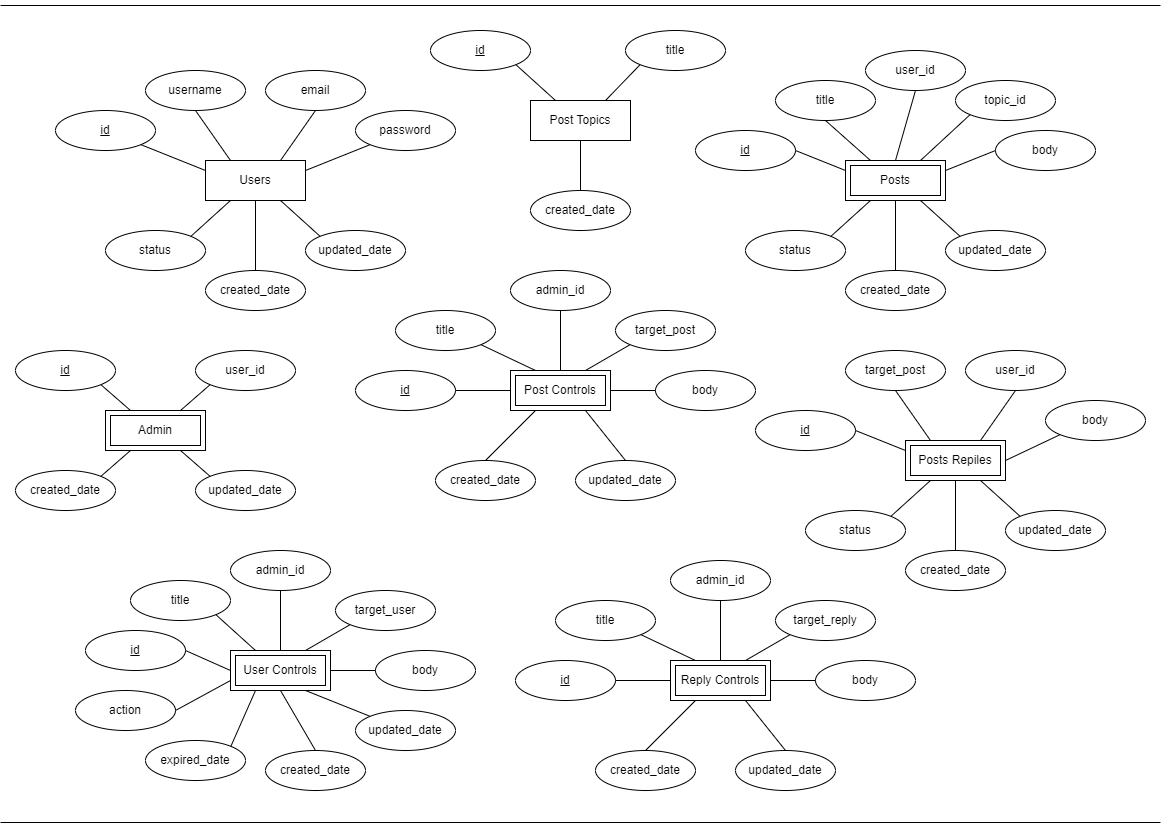
Earlier version of the draw.io export er-model.dio.png (akikungz/database_project). Source tidied: cells renumbered, new cells last; positions are measured from the earlier drawing's top-left corner, leaving out a move shared by most shapes.
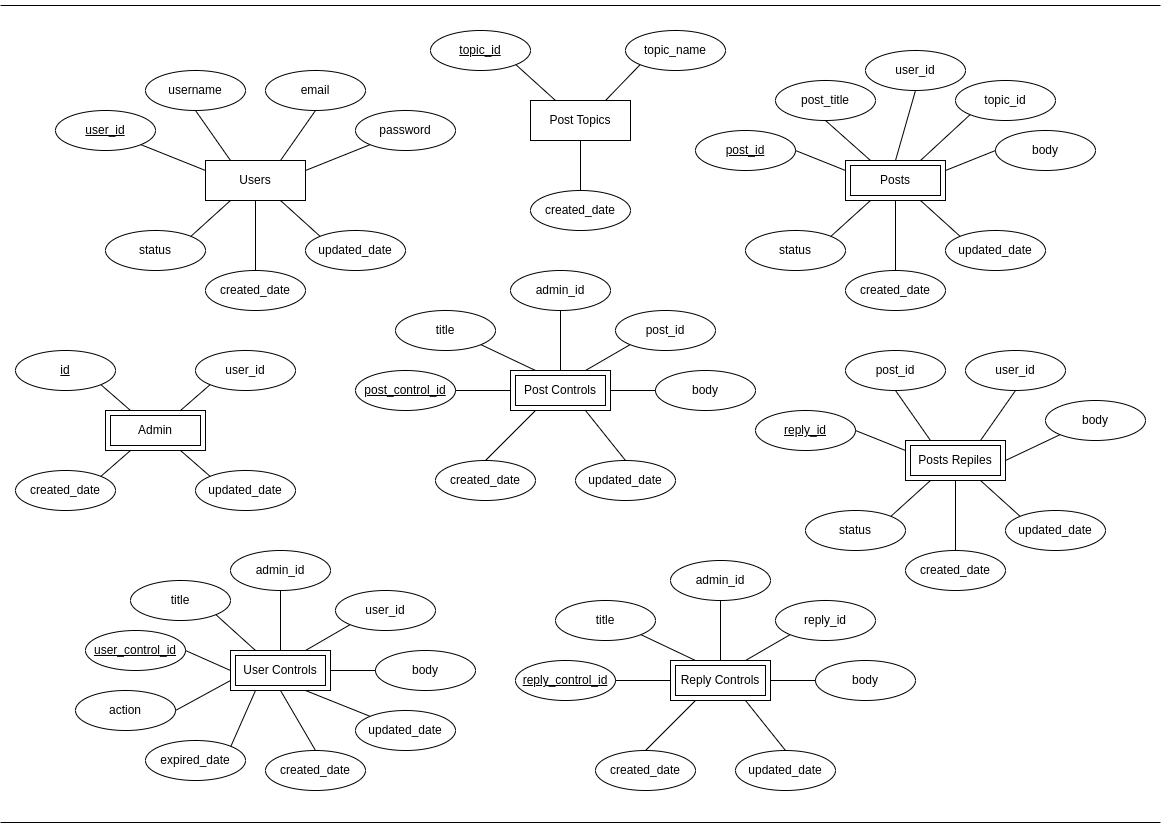
Later version of the same file.

Commit message:
Update ER model diagrams

The edit, as a diff of the source:
```diff
@@ -5,7 +5,7 @@
     <mxCell id="2" value="Users" style="whiteSpace=wrap;html=1;align=center;" parent="1" vertex="1">
       <mxGeometry x="205" y="160" width="100" height="40" as="geometry" />
     </mxCell>
-    <mxCell id="3" value="id" style="ellipse;whiteSpace=wrap;html=1;align=center;fontStyle=4;" parent="1" vertex="1">
+    <mxCell id="3" value="user_id" style="ellipse;whiteSpace=wrap;html=1;align=center;fontStyle=4;" parent="1" vertex="1">
       <mxGeometry x="55" y="110" width="100" height="40" as="geometry" />
     </mxCell>
     <mxCell id="4" value="username" style="ellipse;whiteSpace=wrap;html=1;align=center;" parent="1" vertex="1">
@@ -56,7 +56,7 @@
     <mxCell id="19" value="Posts" style="shape=ext;margin=3;double=1;whiteSpace=wrap;html=1;align=center;" parent="1" vertex="1">
       <mxGeometry x="845" y="160" width="100" height="40" as="geometry" />
     </mxCell>
-    <mxCell id="20" value="id" style="ellipse;whiteSpace=wrap;html=1;align=center;fontStyle=4;" parent="1" vertex="1">
+    <mxCell id="20" value="post_id" style="ellipse;whiteSpace=wrap;html=1;align=center;fontStyle=4;" parent="1" vertex="1">
       <mxGeometry x="695" y="130" width="100" height="40" as="geometry" />
     </mxCell>
     <mxCell id="21" value="status" style="ellipse;whiteSpace=wrap;html=1;align=center;" parent="1" vertex="1">
@@ -68,7 +68,7 @@
     <mxCell id="23" value="updated_date" style="ellipse;whiteSpace=wrap;html=1;align=center;" parent="1" vertex="1">
       <mxGeometry x="945" y="230" width="100" height="40" as="geometry" />
     </mxCell>
-    <mxCell id="24" value="title" style="ellipse;whiteSpace=wrap;html=1;align=center;" parent="1" vertex="1">
+    <mxCell id="24" value="post_title" style="ellipse;whiteSpace=wrap;html=1;align=center;" parent="1" vertex="1">
       <mxGeometry x="775" y="80" width="100" height="40" as="geometry" />
     </mxCell>
     <mxCell id="25" value="user_id" style="ellipse;whiteSpace=wrap;html=1;align=center;" parent="1" vertex="1">
@@ -110,7 +110,7 @@
     <mxCell id="37" value="Posts Repiles" style="shape=ext;margin=3;double=1;whiteSpace=wrap;html=1;align=center;" parent="1" vertex="1">
       <mxGeometry x="905" y="440" width="100" height="40" as="geometry" />
     </mxCell>
-    <mxCell id="38" value="id" style="ellipse;whiteSpace=wrap;html=1;align=center;fontStyle=4;" parent="1" vertex="1">
+    <mxCell id="38" value="reply_id" style="ellipse;whiteSpace=wrap;html=1;align=center;fontStyle=4;" parent="1" vertex="1">
       <mxGeometry x="755" y="410" width="100" height="40" as="geometry" />
     </mxCell>
     <mxCell id="39" value="status" style="ellipse;whiteSpace=wrap;html=1;align=center;" parent="1" vertex="1">
@@ -128,7 +128,7 @@
     <mxCell id="43" value="body" style="ellipse;whiteSpace=wrap;html=1;align=center;" parent="1" vertex="1">
       <mxGeometry x="1045" y="400" width="100" height="40" as="geometry" />
     </mxCell>
-    <mxCell id="44" value="target_post" style="ellipse;whiteSpace=wrap;html=1;align=center;" parent="1" vertex="1">
+    <mxCell id="44" value="post_id" style="ellipse;whiteSpace=wrap;html=1;align=center;" parent="1" vertex="1">
       <mxGeometry x="845" y="350" width="100" height="40" as="geometry" />
     </mxCell>
     <mxCell id="45" style="endArrow=none;html=1;rounded=0;exitX=1;exitY=0.5;exitDx=0;exitDy=0;entryX=0;entryY=0.25;entryDx=0;entryDy=0;" parent="1" edge="1" source="38" target="37">
@@ -179,7 +179,7 @@
     <mxCell id="60" value="Post Controls" style="shape=ext;margin=3;double=1;whiteSpace=wrap;html=1;align=center;" parent="1" vertex="1">
       <mxGeometry x="510" y="370" width="100" height="40" as="geometry" />
     </mxCell>
-    <mxCell id="61" value="id" style="ellipse;whiteSpace=wrap;html=1;align=center;fontStyle=4;" parent="1" vertex="1">
+    <mxCell id="61" value="post_control_id" style="ellipse;whiteSpace=wrap;html=1;align=center;fontStyle=4;" parent="1" vertex="1">
       <mxGeometry x="355" y="370" width="100" height="40" as="geometry" />
     </mxCell>
     <mxCell id="62" value="created_date" style="ellipse;whiteSpace=wrap;html=1;align=center;" parent="1" vertex="1">
@@ -188,7 +188,7 @@
     <mxCell id="63" value="updated_date" style="ellipse;whiteSpace=wrap;html=1;align=center;" parent="1" vertex="1">
       <mxGeometry x="575" y="460" width="100" height="40" as="geometry" />
     </mxCell>
-    <mxCell id="64" value="target_post" style="ellipse;whiteSpace=wrap;html=1;align=center;" parent="1" vertex="1">
+    <mxCell id="64" value="post_id" style="ellipse;whiteSpace=wrap;html=1;align=center;" parent="1" vertex="1">
       <mxGeometry x="615" y="310" width="100" height="40" as="geometry" />
     </mxCell>
     <mxCell id="65" value="title" style="ellipse;whiteSpace=wrap;html=1;align=center;" parent="1" vertex="1">
@@ -224,7 +224,7 @@
     <mxCell id="75" value="Reply Controls" style="shape=ext;margin=3;double=1;whiteSpace=wrap;html=1;align=center;" parent="1" vertex="1">
       <mxGeometry x="670" y="660" width="100" height="40" as="geometry" />
     </mxCell>
-    <mxCell id="76" value="id" style="ellipse;whiteSpace=wrap;html=1;align=center;fontStyle=4;" parent="1" vertex="1">
+    <mxCell id="76" value="reply_control_id" style="ellipse;whiteSpace=wrap;html=1;align=center;fontStyle=4;" parent="1" vertex="1">
       <mxGeometry x="515" y="660" width="100" height="40" as="geometry" />
     </mxCell>
     <mxCell id="77" value="created_date" style="ellipse;whiteSpace=wrap;html=1;align=center;" parent="1" vertex="1">
@@ -233,7 +233,7 @@
     <mxCell id="78" value="updated_date" style="ellipse;whiteSpace=wrap;html=1;align=center;" parent="1" vertex="1">
       <mxGeometry x="735" y="750" width="100" height="40" as="geometry" />
     </mxCell>
-    <mxCell id="79" value="target_reply" style="ellipse;whiteSpace=wrap;html=1;align=center;" parent="1" vertex="1">
+    <mxCell id="79" value="reply_id" style="ellipse;whiteSpace=wrap;html=1;align=center;" parent="1" vertex="1">
       <mxGeometry x="775" y="600" width="100" height="40" as="geometry" />
     </mxCell>
     <mxCell id="80" value="title" style="ellipse;whiteSpace=wrap;html=1;align=center;" parent="1" vertex="1">
@@ -269,13 +269,13 @@
     <mxCell id="90" value="Post Topics" style="whiteSpace=wrap;html=1;align=center;" parent="1" vertex="1">
       <mxGeometry x="530" y="100" width="100" height="40" as="geometry" />
     </mxCell>
-    <mxCell id="91" value="id" style="ellipse;whiteSpace=wrap;html=1;align=center;fontStyle=4;" parent="1" vertex="1">
+    <mxCell id="91" value="topic_id" style="ellipse;whiteSpace=wrap;html=1;align=center;fontStyle=4;" parent="1" vertex="1">
       <mxGeometry x="430" y="30" width="100" height="40" as="geometry" />
     </mxCell>
     <mxCell id="92" value="created_date" style="ellipse;whiteSpace=wrap;html=1;align=center;" parent="1" vertex="1">
       <mxGeometry x="530" y="190" width="100" height="40" as="geometry" />
     </mxCell>
-    <mxCell id="93" value="title" style="ellipse;whiteSpace=wrap;html=1;align=center;" parent="1" vertex="1">
+    <mxCell id="93" value="topic_name" style="ellipse;whiteSpace=wrap;html=1;align=center;" parent="1" vertex="1">
       <mxGeometry x="625" y="30" width="100" height="40" as="geometry" />
     </mxCell>
     <mxCell id="94" style="endArrow=none;html=1;rounded=0;exitX=0.25;exitY=0;exitDx=0;exitDy=0;entryX=1;entryY=1;entryDx=0;entryDy=0;" parent="1" edge="1" source="90" target="91">
@@ -290,7 +290,7 @@
     <mxCell id="97" value="User Controls" style="shape=ext;margin=3;double=1;whiteSpace=wrap;html=1;align=center;" parent="1" vertex="1">
       <mxGeometry x="230" y="650" width="100" height="40" as="geometry" />
     </mxCell>
-    <mxCell id="98" value="id" style="ellipse;whiteSpace=wrap;html=1;align=center;fontStyle=4;" parent="1" vertex="1">
+    <mxCell id="98" value="user_control_id" style="ellipse;whiteSpace=wrap;html=1;align=center;fontStyle=4;" parent="1" vertex="1">
       <mxGeometry x="85" y="630" width="100" height="40" as="geometry" />
     </mxCell>
     <mxCell id="99" value="created_date" style="ellipse;whiteSpace=wrap;html=1;align=center;" parent="1" vertex="1">
@@ -299,7 +299,7 @@
     <mxCell id="100" value="updated_date" style="ellipse;whiteSpace=wrap;html=1;align=center;" parent="1" vertex="1">
       <mxGeometry x="355" y="710" width="100" height="40" as="geometry" />
     </mxCell>
-    <mxCell id="101" value="target_user" style="ellipse;whiteSpace=wrap;html=1;align=center;" parent="1" vertex="1">
+    <mxCell id="101" value="user_id" style="ellipse;whiteSpace=wrap;html=1;align=center;" parent="1" vertex="1">
       <mxGeometry x="335" y="590" width="100" height="40" as="geometry" />
     </mxCell>
     <mxCell id="102" value="title" style="ellipse;whiteSpace=wrap;html=1;align=center;" parent="1" vertex="1">
```
